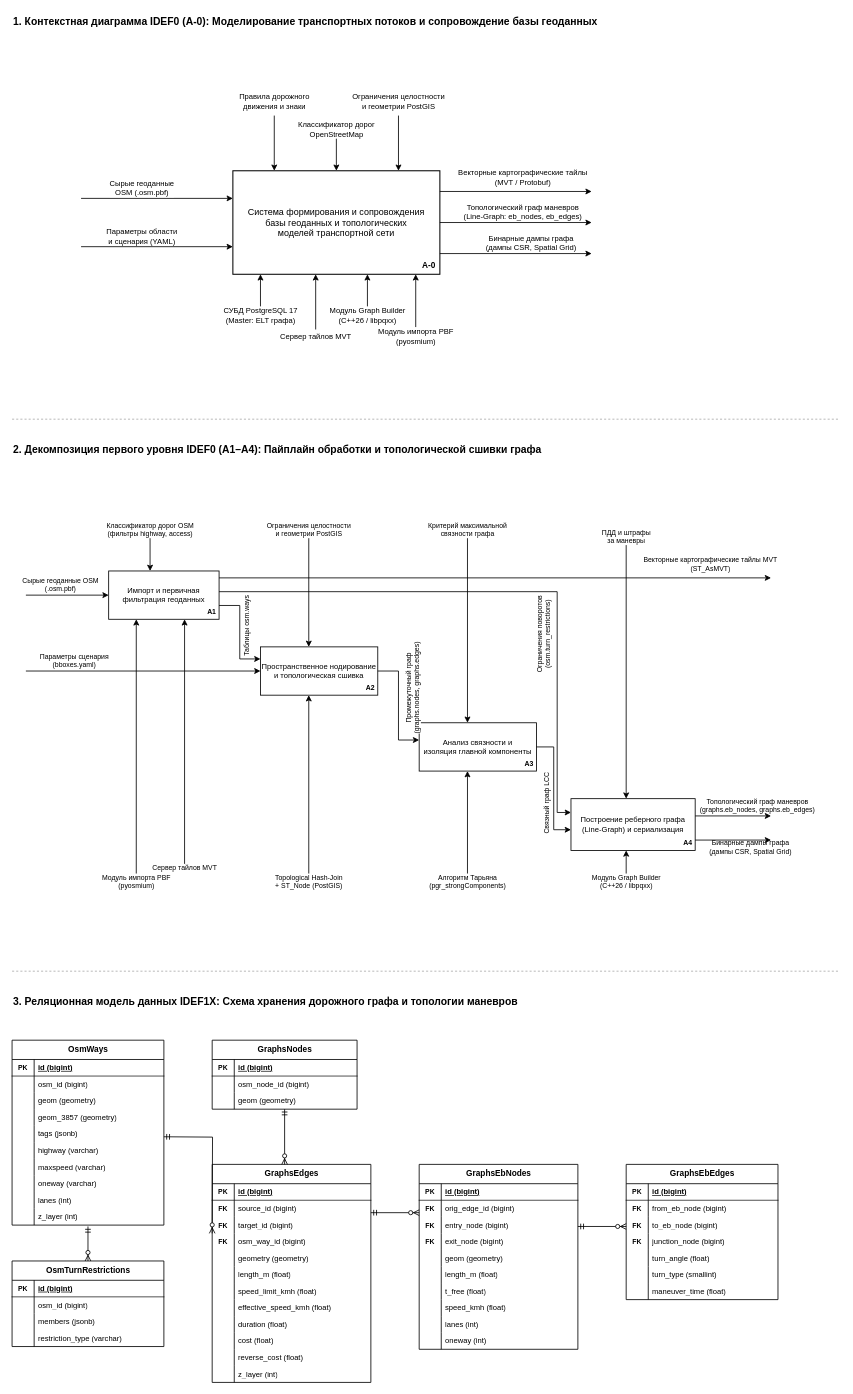
Above: assets/drawio/all-diagrams-single-sheet.drawio in L1CH7/magistracy-diplom-iu12-docs (draw.io), before the change. Source tidied: cells renumbered, new cells numbered last; positions are measured from the earlier drawing's top-left corner, leaving out a move shared by most shapes. Both pictures are drawn from the tidied source at 69%, with x=0, y=0 at pixel (12, 12).
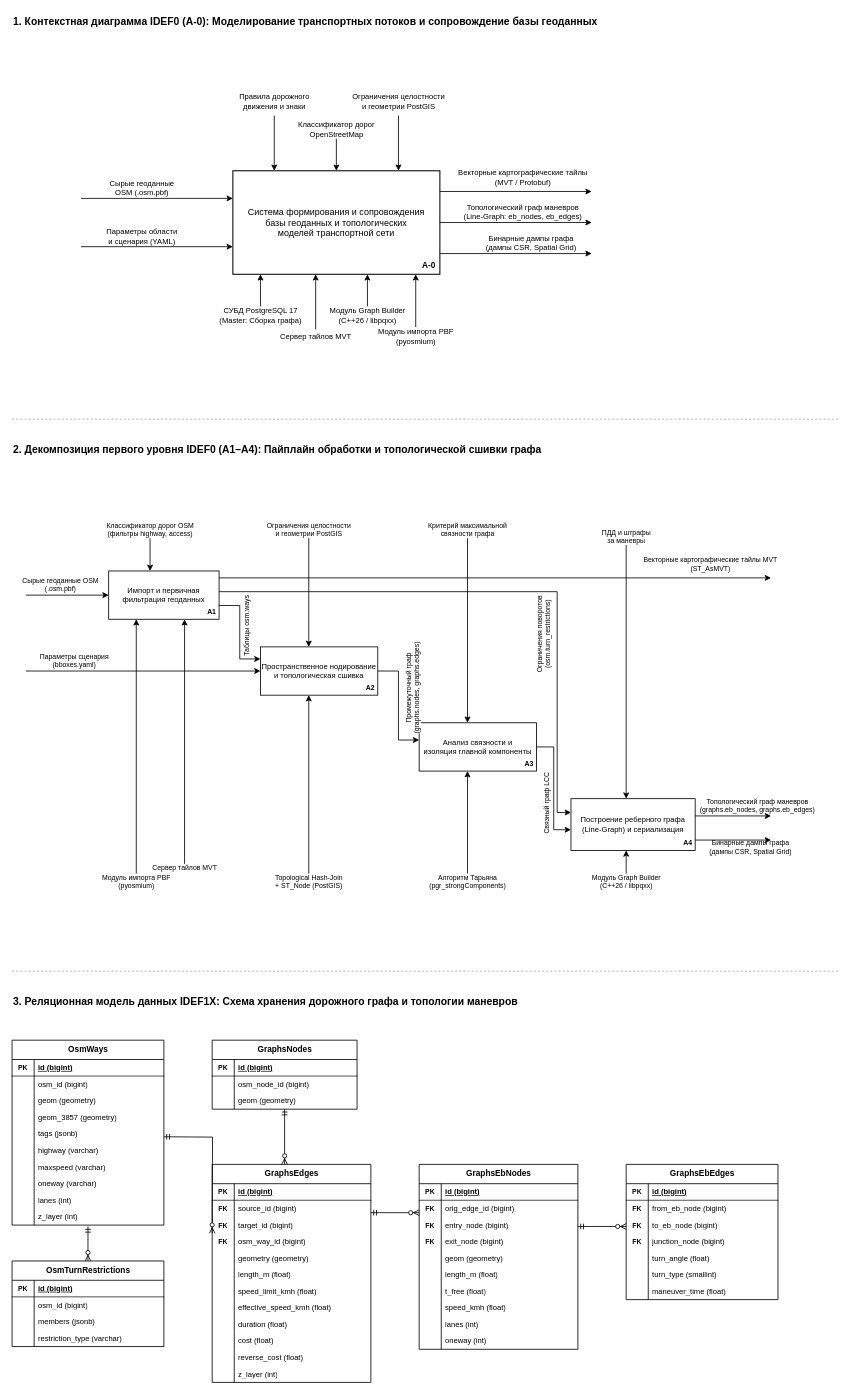
The same diagram, later.

Diff of the diagram source:
```diff
@@
-    <mxCell id="13" value="СУБД PostgreSQL 17&#10;(Master: ELT графа)" style="edgeStyle=orthogonalEdgeStyle;rounded=0;html=1;strokeColor=#000000;strokeWidth=1.2;fontSize=11;fontFamily=Helvetica;fontColor=#000000;labelBackgroundColor=#ffffff;endArrow=classic;endFill=1;" parent="1" edge="1">
+    <mxCell id="13" value="СУБД PostgreSQL 17&#10;(Master: Сборка графа)" style="edgeStyle=orthogonalEdgeStyle;rounded=0;html=1;strokeColor=#000000;strokeWidth=1.2;fontSize=11;fontFamily=Helvetica;fontColor=#000000;labelBackgroundColor=#ffffff;endArrow=classic;endFill=1;" parent="1" edge="1">
       <mxGeometry x="-1" y="-10" relative="1" as="geometry">
         <mxPoint x="360" y="430" as="sourcePoint" />
         <mxPoint x="360" y="380" as="targetPoint" />
         <mxPoint x="-10" y="10" as="offset" />
       </mxGeometry>
     </mxCell>
```
